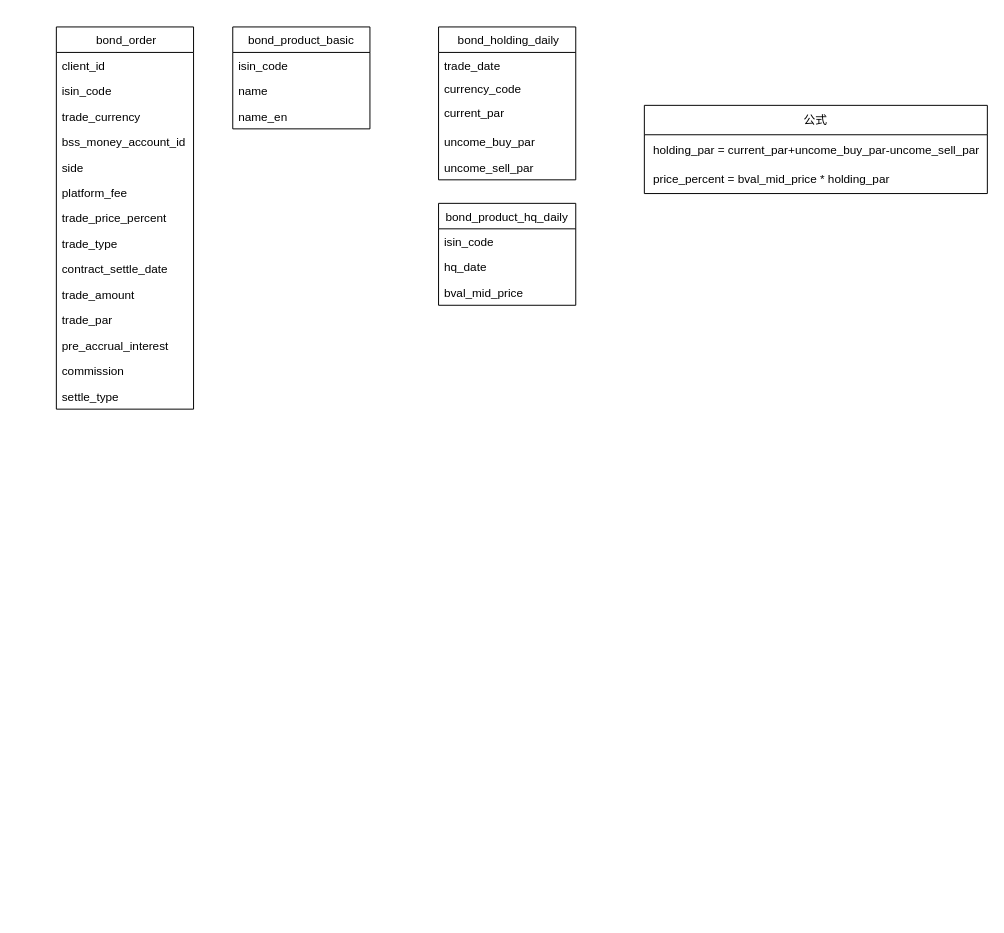
This is statement.drawio from mhygge/java-learning, a draw.io file, before an edit. Source tidied: cells renumbered, new cells numbered last; positions are measured from the earlier drawing's top-left corner, leaving out a move shared by most shapes. Both pictures are drawn from the tidied source at 98%, with x=0, y=0 at pixel (56, 26).
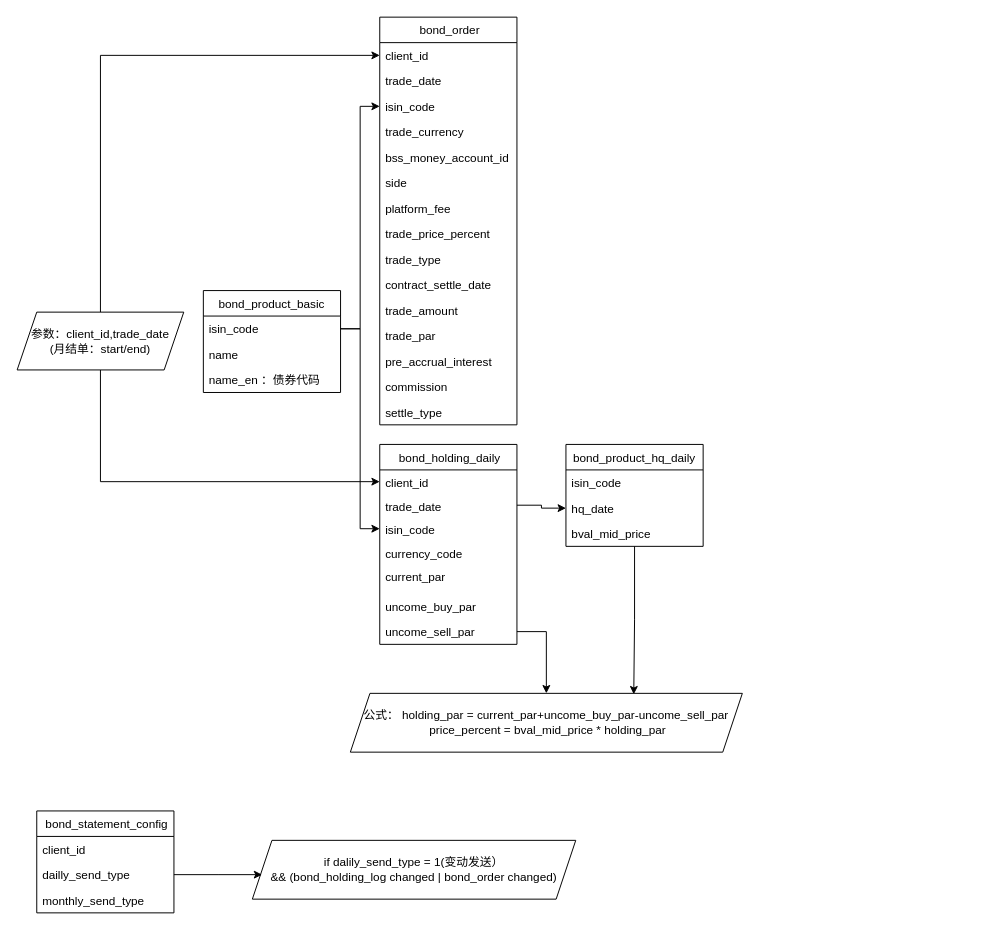
The same page after the edit.

Unchanged cells that the change refers to:
```xml
<mxCell id="3" value="client_id" style="text;strokeColor=none;fillColor=none;align=left;verticalAlign=top;spacingLeft=4;spacingRight=4;overflow=hidden;points=[[0,0.5],[1,0.5]];portConstraint=eastwest;" parent="2" vertex="1">
  <mxGeometry y="26" width="140" height="26" as="geometry" />
</mxCell>
<mxCell id="18" value="isin_code" style="text;strokeColor=none;fillColor=none;align=left;verticalAlign=top;spacingLeft=4;spacingRight=4;overflow=hidden;points=[[0,0.5],[1,0.5]];portConstraint=eastwest;" parent="17" vertex="1">
  <mxGeometry y="26" width="140" height="26" as="geometry" />
</mxCell>
<mxCell id="23" value="hq_date" style="text;strokeColor=none;fillColor=none;align=left;verticalAlign=top;spacingLeft=4;spacingRight=4;overflow=hidden;points=[[0,0.5],[1,0.5]];portConstraint=eastwest;" parent="21" vertex="1">
  <mxGeometry y="52" width="140" height="26" as="geometry" />
</mxCell>
```

Diff of the diagram source:
```diff
@@
     <mxCell id="2" value=" bond_order" style="swimlane;fontStyle=0;horizontal=1;startSize=26;fillColor=none;" parent="1" vertex="1">
-      <mxGeometry width="140" height="390" as="geometry" />
+      <mxGeometry x="330" y="-10" width="140" height="416" as="geometry" />
     </mxCell>
@@
+    <mxCell id="34" value="trade_date" style="text;strokeColor=none;fillColor=none;align=left;verticalAlign=top;spacingLeft=4;spacingRight=4;overflow=hidden;" parent="2" vertex="1">
+      <mxGeometry y="52" width="140" height="26" as="geometry" />
+    </mxCell>
     <mxCell id="4" value="isin_code" style="text;strokeColor=none;fillColor=none;align=left;verticalAlign=top;spacingLeft=4;spacingRight=4;overflow=hidden;points=[[0,0.5],[1,0.5]];portConstraint=eastwest;" parent="2" vertex="1">
-      <mxGeometry y="52" width="140" height="26" as="geometry" />
+      <mxGeometry y="78" width="140" height="26" as="geometry" />
     </mxCell>
     <mxCell id="5" value="trade_currency&#10;" style="text;strokeColor=none;fillColor=none;align=left;verticalAlign=top;spacingLeft=4;spacingRight=4;overflow=hidden;" parent="2" vertex="1">
-      <mxGeometry y="78" width="140" height="26" as="geometry" />
+      <mxGeometry y="104" width="140" height="26" as="geometry" />
     </mxCell>
     <mxCell id="6" value="bss_money_account_id" style="text;strokeColor=none;fillColor=none;align=left;verticalAlign=top;spacingLeft=4;spacingRight=4;overflow=hidden;" parent="2" vertex="1">
-      <mxGeometry y="104" width="140" height="26" as="geometry" />
+      <mxGeometry y="130" width="140" height="26" as="geometry" />
     </mxCell>
     <mxCell id="7" value="side" style="text;strokeColor=none;fillColor=none;align=left;verticalAlign=top;spacingLeft=4;spacingRight=4;overflow=hidden;" parent="2" vertex="1">
-      <mxGeometry y="130" width="140" height="26" as="geometry" />
+      <mxGeometry y="156" width="140" height="26" as="geometry" />
     </mxCell>
     <mxCell id="8" value="platform_fee" style="text;strokeColor=none;fillColor=none;align=left;verticalAlign=top;spacingLeft=4;spacingRight=4;overflow=hidden;" parent="2" vertex="1">
-      <mxGeometry y="156" width="140" height="26" as="geometry" />
+      <mxGeometry y="182" width="140" height="26" as="geometry" />
     </mxCell>
     <mxCell id="9" value="trade_price_percent" style="text;strokeColor=none;fillColor=none;align=left;verticalAlign=top;spacingLeft=4;spacingRight=4;overflow=hidden;" parent="2" vertex="1">
-      <mxGeometry y="182" width="140" height="26" as="geometry" />
+      <mxGeometry y="208" width="140" height="26" as="geometry" />
     </mxCell>
     <mxCell id="10" value="trade_type" style="text;strokeColor=none;fillColor=none;align=left;verticalAlign=top;spacingLeft=4;spacingRight=4;overflow=hidden;" parent="2" vertex="1">
-      <mxGeometry y="208" width="140" height="26" as="geometry" />
+      <mxGeometry y="234" width="140" height="26" as="geometry" />
     </mxCell>
     <mxCell id="11" value="contract_settle_date" style="text;strokeColor=none;fillColor=none;align=left;verticalAlign=top;spacingLeft=4;spacingRight=4;overflow=hidden;" parent="2" vertex="1">
-      <mxGeometry y="234" width="140" height="26" as="geometry" />
+      <mxGeometry y="260" width="140" height="26" as="geometry" />
     </mxCell>
     <mxCell id="12" value="trade_amount" style="text;strokeColor=none;fillColor=none;align=left;verticalAlign=top;spacingLeft=4;spacingRight=4;overflow=hidden;" parent="2" vertex="1">
-      <mxGeometry y="260" width="140" height="26" as="geometry" />
+      <mxGeometry y="286" width="140" height="26" as="geometry" />
     </mxCell>
     <mxCell id="13" value="trade_par" style="text;strokeColor=none;fillColor=none;align=left;verticalAlign=top;spacingLeft=4;spacingRight=4;overflow=hidden;" parent="2" vertex="1">
-      <mxGeometry y="286" width="140" height="26" as="geometry" />
+      <mxGeometry y="312" width="140" height="26" as="geometry" />
     </mxCell>
     <mxCell id="14" value="pre_accrual_interest" style="text;strokeColor=none;fillColor=none;align=left;verticalAlign=top;spacingLeft=4;spacingRight=4;overflow=hidden;" parent="2" vertex="1">
-      <mxGeometry y="312" width="140" height="26" as="geometry" />
+      <mxGeometry y="338" width="140" height="26" as="geometry" />
     </mxCell>
     <mxCell id="15" value="commission" style="text;strokeColor=none;fillColor=none;align=left;verticalAlign=top;spacingLeft=4;spacingRight=4;overflow=hidden;" parent="2" vertex="1">
-      <mxGeometry y="338" width="140" height="26" as="geometry" />
+      <mxGeometry y="364" width="140" height="26" as="geometry" />
     </mxCell>
     <mxCell id="16" value="settle_type" style="text;strokeColor=none;fillColor=none;align=left;verticalAlign=top;spacingLeft=4;spacingRight=4;overflow=hidden;" parent="2" vertex="1">
-      <mxGeometry y="364" width="140" height="26" as="geometry" />
+      <mxGeometry y="390" width="140" height="26" as="geometry" />
     </mxCell>
     <mxCell id="17" value="bond_product_basic" style="swimlane;fontStyle=0;horizontal=1;startSize=26;fillColor=none;" parent="1" vertex="1">
-      <mxGeometry x="180" width="140" height="104" as="geometry" />
+      <mxGeometry x="150" y="269" width="140" height="104" as="geometry" />
     </mxCell>
@@
-    <mxCell id="20" value="name_en" style="text;strokeColor=none;fillColor=none;align=left;verticalAlign=top;spacingLeft=4;spacingRight=4;overflow=hidden;" parent="17" vertex="1">
+    <mxCell id="20" value="name_en ：债券代码" style="text;strokeColor=none;fillColor=none;align=left;verticalAlign=top;spacingLeft=4;spacingRight=4;overflow=hidden;" parent="17" vertex="1">
       <mxGeometry y="78" width="140" height="26" as="geometry" />
     </mxCell>
+    <mxCell id="35" style="edgeStyle=orthogonalEdgeStyle;rounded=0;orthogonalLoop=1;jettySize=auto;html=1;" parent="1" edge="1">
+      <mxGeometry relative="1" as="geometry">
+        <mxPoint x="580" y="670" as="sourcePoint" />
+        <mxPoint x="580" y="670" as="targetPoint" />
+      </mxGeometry>
+    </mxCell>
+    <mxCell id="36" style="edgeStyle=orthogonalEdgeStyle;rounded=0;jettySize=auto;html=1;entryX=0.723;entryY=0.017;entryDx=0;entryDy=0;entryPerimeter=0;" parent="1" edge="1" source="21" target="48">
+      <mxGeometry relative="1" as="geometry" />
+    </mxCell>
     <mxCell id="21" value="bond_product_hq_daily" style="swimlane;fontStyle=0;horizontal=1;startSize=26;fillColor=none;" parent="1" vertex="1">
-      <mxGeometry x="390" y="180" width="140" height="104" as="geometry" />
+      <mxGeometry x="520" y="426" width="140" height="104" as="geometry" />
     </mxCell>
@@
     <mxCell id="25" value=" bond_holding_daily" style="swimlane;fontStyle=0;horizontal=1;startSize=26;fillColor=none;" parent="1" vertex="1">
-      <mxGeometry x="390" width="140" height="156" as="geometry" />
+      <mxGeometry x="330" y="426" width="140" height="204" as="geometry" />
     </mxCell>
-    <mxCell id="26" value="trade_date" style="text;strokeColor=none;fillColor=none;align=left;verticalAlign=top;spacingLeft=4;spacingRight=4;overflow=hidden;points=[[0,0.5],[1,0.5]];portConstraint=eastwest;" parent="25" vertex="1">
+    <mxCell id="26" value="client_id" style="text;strokeColor=none;fillColor=none;align=left;verticalAlign=top;spacingLeft=4;spacingRight=4;overflow=hidden;points=[[0,0.5],[1,0.5]];portConstraint=eastwest;" parent="25" vertex="1">
       <mxGeometry y="26" width="140" height="24" as="geometry" />
     </mxCell>
+    <mxCell id="37" value="trade_date" style="text;strokeColor=none;fillColor=none;align=left;verticalAlign=top;spacingLeft=4;spacingRight=4;overflow=hidden;points=[[0,0.5],[1,0.5]];portConstraint=eastwest;" parent="25" vertex="1">
+      <mxGeometry y="50" width="140" height="24" as="geometry" />
+    </mxCell>
+    <mxCell id="38" value="isin_code" style="text;strokeColor=none;fillColor=none;align=left;verticalAlign=top;spacingLeft=4;spacingRight=4;overflow=hidden;points=[[0,0.5],[1,0.5]];portConstraint=eastwest;" parent="25" vertex="1">
+      <mxGeometry y="74" width="140" height="24" as="geometry" />
+    </mxCell>
     <mxCell id="27" value="currency_code" style="text;strokeColor=none;fillColor=none;align=left;verticalAlign=top;spacingLeft=4;spacingRight=4;overflow=hidden;" parent="25" vertex="1">
-      <mxGeometry y="50" width="140" height="24" as="geometry" />
+      <mxGeometry y="98" width="140" height="24" as="geometry" />
     </mxCell>
     <mxCell id="28" value="current_par" style="text;strokeColor=none;fillColor=none;align=left;verticalAlign=top;spacingLeft=4;spacingRight=4;overflow=hidden;" parent="25" vertex="1">
-      <mxGeometry y="74" width="140" height="30" as="geometry" />
+      <mxGeometry y="122" width="140" height="30" as="geometry" />
     </mxCell>
     <mxCell id="29" value="uncome_buy_par" style="text;strokeColor=none;fillColor=none;align=left;verticalAlign=top;spacingLeft=4;spacingRight=4;overflow=hidden;" parent="25" vertex="1">
-      <mxGeometry y="104" width="140" height="26" as="geometry" />
+      <mxGeometry y="152" width="140" height="26" as="geometry" />
     </mxCell>
     <mxCell id="30" value="uncome_sell_par" style="text;strokeColor=none;fillColor=none;align=left;verticalAlign=top;spacingLeft=4;spacingRight=4;overflow=hidden;points=[[0,0.5],[1,0.5]];portConstraint=eastwest;" parent="25" vertex="1">
-      <mxGeometry y="130" width="140" height="26" as="geometry" />
+      <mxGeometry y="178" width="140" height="26" as="geometry" />
     </mxCell>
-    <mxCell id="31" value="公式" style="swimlane;fontStyle=0;horizontal=1;startSize=30;" parent="1" vertex="1">
-      <mxGeometry x="600" y="80" width="350" height="90" as="geometry" />
-    </mxCell>
-    <mxCell id="32" value=" holding_par = current_par+uncome_buy_par-uncome_sell_par" style="text;strokeColor=none;fillColor=none;align=left;verticalAlign=middle;spacingLeft=4;spacingRight=4;overflow=hidden;" parent="31" vertex="1">
-      <mxGeometry y="30" width="350" height="30" as="geometry" />
-    </mxCell>
-    <mxCell id="33" value=" price_percent = bval_mid_price * holding_par" style="text;strokeColor=none;fillColor=none;align=left;verticalAlign=middle;spacingLeft=4;spacingRight=4;overflow=hidden;" parent="31" vertex="1">
-      <mxGeometry y="60" width="350" height="30" as="geometry" />
-    </mxCell>
+    <mxCell id="39" value=" bond_statement_config" style="swimlane;fontStyle=0;horizontal=1;startSize=26;fillColor=none;" parent="1" vertex="1">
+      <mxGeometry x="-20" y="800" width="140" height="104" as="geometry" />
+    </mxCell>
+    <mxCell id="40" value="client_id" style="text;strokeColor=none;fillColor=none;align=left;verticalAlign=top;spacingLeft=4;spacingRight=4;overflow=hidden;" parent="39" vertex="1">
+      <mxGeometry y="26" width="140" height="26" as="geometry" />
+    </mxCell>
+    <mxCell id="41" value="dailly_send_type" style="text;strokeColor=none;fillColor=none;align=left;verticalAlign=top;spacingLeft=4;spacingRight=4;overflow=hidden;points=[[0,0.5],[1,0.5]];portConstraint=eastwest;" parent="39" vertex="1">
+      <mxGeometry y="52" width="140" height="26" as="geometry" />
+    </mxCell>
+    <mxCell id="42" value="monthly_send_type" style="text;strokeColor=none;fillColor=none;align=left;verticalAlign=top;spacingLeft=4;spacingRight=4;overflow=hidden;" parent="39" vertex="1">
+      <mxGeometry y="78" width="140" height="26" as="geometry" />
+    </mxCell>
+    <mxCell id="43" style="edgeStyle=orthogonalEdgeStyle;rounded=0;jettySize=auto;html=1;exitX=0.5;exitY=0;exitDx=0;exitDy=0;entryX=0;entryY=0.5;entryDx=0;entryDy=0;" parent="1" edge="1" source="45" target="3">
+      <mxGeometry relative="1" as="geometry" />
+    </mxCell>
+    <mxCell id="44" style="edgeStyle=orthogonalEdgeStyle;rounded=0;jettySize=auto;html=1;exitX=0.5;exitY=1;exitDx=0;exitDy=0;" parent="1" edge="1" source="45" target="26">
+      <mxGeometry relative="1" as="geometry">
+        <Array as="points">
+          <mxPoint x="45" y="464" />
+        </Array>
+      </mxGeometry>
+    </mxCell>
+    <mxCell id="45" value="参数：client_id,trade_date&lt;br&gt;(月结单：start/end)" style="shape=parallelogram;perimeter=parallelogramPerimeter;whiteSpace=wrap;html=1;fixedSize=1;" parent="1" vertex="1">
+      <mxGeometry x="-40" y="291" width="170" height="59" as="geometry" />
+    </mxCell>
+    <mxCell id="46" style="edgeStyle=orthogonalEdgeStyle;rounded=0;jettySize=auto;html=1;exitX=1;exitY=0.5;exitDx=0;exitDy=0;entryX=0;entryY=0.5;entryDx=0;entryDy=0;" parent="1" edge="1" source="18" target="4">
+      <mxGeometry relative="1" as="geometry" />
+    </mxCell>
+    <mxCell id="47" style="edgeStyle=orthogonalEdgeStyle;rounded=0;jettySize=auto;html=1;exitX=1;exitY=0.5;exitDx=0;exitDy=0;entryX=0;entryY=0.5;entryDx=0;entryDy=0;" parent="1" edge="1" source="18" target="38">
+      <mxGeometry relative="1" as="geometry" />
+    </mxCell>
+    <mxCell id="48" value="&lt;span style=&quot;text-align: left&quot;&gt;公式： holding_par = current_par+uncome_buy_par-uncome_sell_par&lt;br&gt;&lt;/span&gt;&lt;span style=&quot;text-align: left&quot;&gt;&amp;nbsp;price_percent = bval_mid_price * holding_par&lt;/span&gt;&lt;span style=&quot;text-align: left&quot;&gt;&lt;br&gt;&lt;/span&gt;" style="shape=parallelogram;perimeter=parallelogramPerimeter;whiteSpace=wrap;html=1;fixedSize=1;" parent="1" vertex="1">
+      <mxGeometry x="300" y="680" width="400" height="60" as="geometry" />
+    </mxCell>
+    <mxCell id="49" style="edgeStyle=orthogonalEdgeStyle;rounded=0;jettySize=auto;html=1;entryX=0.5;entryY=0;entryDx=0;entryDy=0;" parent="1" edge="1" source="30" target="48">
+      <mxGeometry relative="1" as="geometry" />
+    </mxCell>
+    <mxCell id="50" style="edgeStyle=orthogonalEdgeStyle;jettySize=auto;html=1;entryX=0;entryY=0.5;entryDx=0;entryDy=0;rounded=0;" parent="1" edge="1" source="37" target="23">
+      <mxGeometry relative="1" as="geometry" />
+    </mxCell>
+    <mxCell id="51" value="if dalily_send_type = 1(变动发送）&lt;br&gt;&amp;amp;&amp;amp; (bond_holding_log changed | bond_order changed)" style="shape=parallelogram;perimeter=parallelogramPerimeter;whiteSpace=wrap;html=1;fixedSize=1;shadow=0;strokeColor=#000000;fillColor=none;" parent="1" vertex="1">
+      <mxGeometry x="200" y="830" width="330" height="60" as="geometry" />
+    </mxCell>
+    <mxCell id="52" style="edgeStyle=orthogonalEdgeStyle;rounded=0;jettySize=auto;html=1;exitX=1;exitY=0.5;exitDx=0;exitDy=0;" parent="1" edge="1" source="41">
+      <mxGeometry relative="1" as="geometry">
+        <mxPoint x="210" y="865" as="targetPoint" />
+      </mxGeometry>
+    </mxCell>
```
